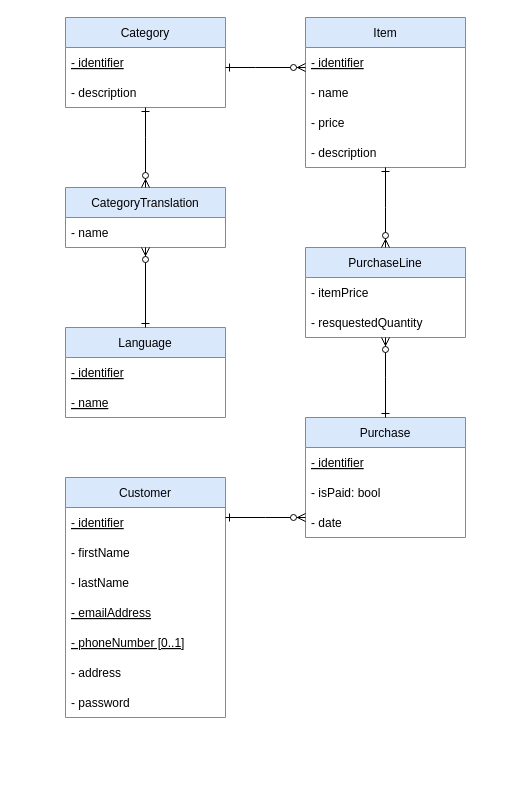
The draw.io diagram diagram/entity_relationship_diagram.drawio in JobeanSmith/Cyberware, before the edit. Source tidied: cells renumbered, new cells numbered last; positions are measured from the earlier drawing's top-left corner, leaving out a move shared by most shapes. Both pictures are drawn from the tidied source at 100%, with x=0, y=0 at pixel (65, 17).
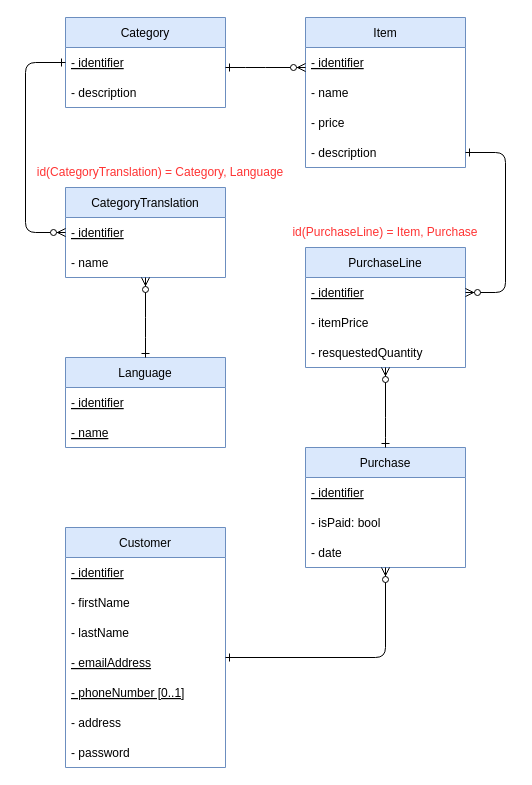
The same page after the edit.

The change refers to these unchanged cells:
```xml
<mxCell id="2" value="Item" style="swimlane;fontStyle=0;horizontal=1;startSize=30;fillColor=#dae8fc;strokeColor=#6c8ebf;" parent="1" vertex="1">
  <mxGeometry x="240" width="160" height="150" as="geometry" />
</mxCell>
<mxCell id="6" value="- description" style="text;strokeColor=none;fillColor=none;align=left;verticalAlign=middle;spacingLeft=4;spacingRight=4;overflow=hidden;points=[[0,0.5],[1,0.5]];portConstraint=eastwest;" parent="2" vertex="1">
  <mxGeometry y="120" width="160" height="30" as="geometry" />
</mxCell>
<mxCell id="7" value="Category" style="swimlane;fontStyle=0;horizontal=1;startSize=30;fillColor=#dae8fc;strokeColor=#6c8ebf;" parent="1" vertex="1">
  <mxGeometry width="160" height="90" as="geometry" />
</mxCell>
<mxCell id="16" value="- date" style="text;strokeColor=none;fillColor=none;align=left;verticalAlign=middle;spacingLeft=4;spacingRight=4;overflow=hidden;points=[[0,0.5],[1,0.5]];portConstraint=eastwest;" parent="13" vertex="1">
  <mxGeometry y="90" width="160" height="30" as="geometry" />
</mxCell>
```

Change to the diagram source:
```diff
@@
     <mxCell id="10" value="PurchaseLine" style="swimlane;fontStyle=0;horizontal=1;startSize=30;fillColor=#dae8fc;strokeColor=#6c8ebf;" parent="1" vertex="1">
-      <mxGeometry x="240" y="230" width="160" height="90" as="geometry" />
+      <mxGeometry x="240" y="230" width="160" height="120" as="geometry" />
     </mxCell>
-    <mxCell id="11" value="- itemPrice" style="text;strokeColor=none;fillColor=none;align=left;verticalAlign=middle;spacingLeft=4;spacingRight=4;overflow=hidden;points=[[0,0.5],[1,0.5]];portConstraint=eastwest;" parent="10" vertex="1">
+    <mxCell id="11" value="- identifier" style="text;strokeColor=none;fillColor=none;align=left;verticalAlign=middle;spacingLeft=4;spacingRight=4;overflow=hidden;points=[[0,0.5],[1,0.5]];portConstraint=eastwest;fontStyle=4;" parent="10" vertex="1">
       <mxGeometry y="30" width="160" height="30" as="geometry" />
     </mxCell>
+    <mxCell id="36" value="- itemPrice" style="text;strokeColor=none;fillColor=none;align=left;verticalAlign=middle;spacingLeft=4;spacingRight=4;overflow=hidden;" parent="10" vertex="1">
+      <mxGeometry y="60" width="160" height="30" as="geometry" />
+    </mxCell>
     <mxCell id="12" value="- resquestedQuantity" style="text;strokeColor=none;fillColor=none;align=left;verticalAlign=middle;spacingLeft=4;spacingRight=4;overflow=hidden;" parent="10" vertex="1">
-      <mxGeometry y="60" width="160" height="30" as="geometry" />
+      <mxGeometry y="90" width="160" height="30" as="geometry" />
     </mxCell>
     <mxCell id="13" value="Purchase" style="swimlane;fontStyle=0;horizontal=1;startSize=30;fillColor=#dae8fc;strokeColor=#6c8ebf;" parent="1" vertex="1">
-      <mxGeometry x="240" y="400" width="160" height="120" as="geometry" />
+      <mxGeometry x="240" y="430" width="160" height="120" as="geometry" />
     </mxCell>
@@
     <mxCell id="17" value="Customer" style="swimlane;fontStyle=0;horizontal=1;startSize=30;fillColor=#dae8fc;strokeColor=#6c8ebf;" parent="1" vertex="1">
-      <mxGeometry y="460" width="160" height="240" as="geometry" />
+      <mxGeometry y="510" width="160" height="240" as="geometry" />
     </mxCell>
@@
-    <mxCell id="25" style="edgeStyle=elbowEdgeStyle;fontSize=12;html=1;endArrow=ERone;rounded=0;endFill=0;startArrow=ERzeroToMany;startFill=1;elbow=vertical;" parent="1" edge="1" source="13" target="17">
+    <mxCell id="25" style="edgeStyle=elbowEdgeStyle;fontSize=12;html=1;endArrow=ERone;rounded=1;endFill=0;startArrow=ERzeroToMany;startFill=1;elbow=vertical;" parent="1" edge="1" source="16" target="17">
       <mxGeometry relative="1" as="geometry">
         <Array as="points">
+          <mxPoint x="220" y="640" />
+          <mxPoint x="190" y="585" />
+          <mxPoint x="200" y="540" />
+          <mxPoint x="250" y="610" />
+          <mxPoint x="200" y="560" />
           <mxPoint x="200" y="500" />
           <mxPoint x="190" y="490" />
           <mxPoint x="200" y="500" />
           <mxPoint x="190" y="500" />
           <mxPoint x="200" y="490" />
         </Array>
       </mxGeometry>
     </mxCell>
-    <mxCell id="26" style="edgeStyle=elbowEdgeStyle;fontSize=12;html=1;endArrow=ERzeroToMany;startArrow=ERone;rounded=0;startFill=0;elbow=vertical;" parent="1" edge="1" source="2" target="10">
-      <mxGeometry relative="1" as="geometry" />
+    <mxCell id="26" style="edgeStyle=elbowEdgeStyle;fontSize=12;html=1;endArrow=ERzeroToMany;startArrow=ERone;rounded=1;startFill=0;elbow=vertical;" parent="1" edge="1" source="6" target="11">
+      <mxGeometry relative="1" as="geometry">
+        <Array as="points">
+          <mxPoint x="440" y="190" />
+          <mxPoint x="320" y="190" />
+          <mxPoint x="440" y="190" />
+        </Array>
+      </mxGeometry>
     </mxCell>
-    <mxCell id="27" style="edgeStyle=elbowEdgeStyle;fontSize=12;html=1;endArrow=ERzeroToMany;startArrow=ERone;rounded=0;startFill=0;" parent="1" edge="1" source="13" target="10">
-      <mxGeometry relative="1" as="geometry" />
+    <mxCell id="27" style="edgeStyle=elbowEdgeStyle;fontSize=12;html=1;endArrow=ERzeroToMany;startArrow=ERone;rounded=1;startFill=0;" parent="1" edge="1" source="13" target="10">
+      <mxGeometry relative="1" as="geometry">
+        <Array as="points">
+          <mxPoint x="320" y="410" />
+          <mxPoint x="440" y="390" />
+          <mxPoint x="460" y="375" />
+        </Array>
+      </mxGeometry>
     </mxCell>
     <mxCell id="28" value="Language" style="swimlane;fontStyle=0;horizontal=1;startSize=30;fillColor=#dae8fc;strokeColor=#6c8ebf;" parent="1" vertex="1">
-      <mxGeometry y="310" width="160" height="90" as="geometry" />
+      <mxGeometry y="340" width="160" height="90" as="geometry" />
     </mxCell>
@@
     <mxCell id="31" value="CategoryTranslation" style="swimlane;fontStyle=0;horizontal=1;startSize=30;fillColor=#dae8fc;strokeColor=#6c8ebf;" parent="1" vertex="1">
-      <mxGeometry y="170" width="160" height="60" as="geometry" />
+      <mxGeometry y="170" width="160" height="90" as="geometry" />
     </mxCell>
+    <mxCell id="37" value="- identifier" style="text;strokeColor=none;fillColor=none;align=left;verticalAlign=middle;spacingLeft=4;spacingRight=4;overflow=hidden;fontStyle=4;" parent="31" vertex="1">
+      <mxGeometry y="30" width="160" height="30" as="geometry" />
+    </mxCell>
     <mxCell id="32" value="- name" style="text;strokeColor=none;fillColor=none;align=left;verticalAlign=middle;spacingLeft=4;spacingRight=4;overflow=hidden;fontStyle=0;" parent="31" vertex="1">
-      <mxGeometry y="30" width="160" height="30" as="geometry" />
+      <mxGeometry y="60" width="160" height="30" as="geometry" />
     </mxCell>
-    <mxCell id="33" style="edgeStyle=elbowEdgeStyle;fontSize=12;html=1;endArrow=ERzeroToMany;startArrow=ERone;rounded=0;startFill=0;" parent="1" edge="1" source="7" target="31">
+    <mxCell id="33" style="edgeStyle=elbowEdgeStyle;fontSize=12;html=1;endArrow=ERzeroToMany;startArrow=ERone;rounded=1;startFill=0;" parent="1" edge="1" source="7" target="31">
       <mxGeometry relative="1" as="geometry">
         <Array as="points">
+          <mxPoint x="-40" y="140" />
+          <mxPoint x="80" y="130" />
+          <mxPoint x="10" y="130" />
+          <mxPoint x="80" y="120" />
+          <mxPoint x="-40" y="140" />
           <mxPoint x="80" y="120" />
           <mxPoint x="480" y="170" />
           <mxPoint x="470" y="180" />
         </Array>
       </mxGeometry>
     </mxCell>
-    <mxCell id="34" style="edgeStyle=elbowEdgeStyle;fontSize=12;html=1;endArrow=ERzeroToMany;startArrow=ERone;rounded=0;startFill=0;" parent="1" edge="1" source="28" target="31">
+    <mxCell id="34" style="edgeStyle=elbowEdgeStyle;fontSize=12;html=1;endArrow=ERzeroToMany;startArrow=ERone;rounded=1;startFill=0;" parent="1" edge="1" source="28" target="31">
       <mxGeometry relative="1" as="geometry">
         <Array as="points">
-          <mxPoint x="90" y="370" />
+          <mxPoint x="80" y="310" />
+          <mxPoint x="30" y="290" />
+          <mxPoint x="-40" y="290" />
           <mxPoint x="790" y="170" />
           <mxPoint x="770" y="180" />
           <mxPoint x="780" y="185" />
           <mxPoint x="780" y="203" />
           <mxPoint x="80" y="310" />
           <mxPoint x="70" y="305" />
         </Array>
       </mxGeometry>
     </mxCell>
-    <mxCell id="35" style="edgeStyle=elbowEdgeStyle;fontSize=12;html=1;endArrow=ERzeroToMany;startArrow=ERone;rounded=0;startFill=0;" parent="1" edge="1" source="7" target="2">
+    <mxCell id="35" style="edgeStyle=elbowEdgeStyle;fontSize=12;html=1;endArrow=ERzeroToMany;startArrow=ERone;rounded=1;startFill=0;" parent="1" edge="1" source="7" target="2">
       <mxGeometry relative="1" as="geometry">
         <Array as="points">
           <mxPoint x="190" y="50" />
           <mxPoint x="190" y="60" />
           <mxPoint x="210" y="50" />
         </Array>
       </mxGeometry>
     </mxCell>
+    <mxCell id="38" value="&lt;font color=&quot;#ff3333&quot;&gt;id(CategoryTranslation) = Category, Language&lt;/font&gt;" style="text;html=1;strokeColor=none;fillColor=none;align=center;verticalAlign=middle;whiteSpace=wrap;rounded=0;" parent="1" vertex="1">
+      <mxGeometry x="-30" y="140" width="250" height="30" as="geometry" />
+    </mxCell>
+    <mxCell id="39" value="&lt;font color=&quot;#ff3333&quot;&gt;id(PurchaseLine) = Item, Purchase&lt;/font&gt;" style="text;html=1;strokeColor=none;fillColor=none;align=center;verticalAlign=middle;whiteSpace=wrap;rounded=0;" parent="1" vertex="1">
+      <mxGeometry x="225" y="205" width="190" height="20" as="geometry" />
+    </mxCell>
```
